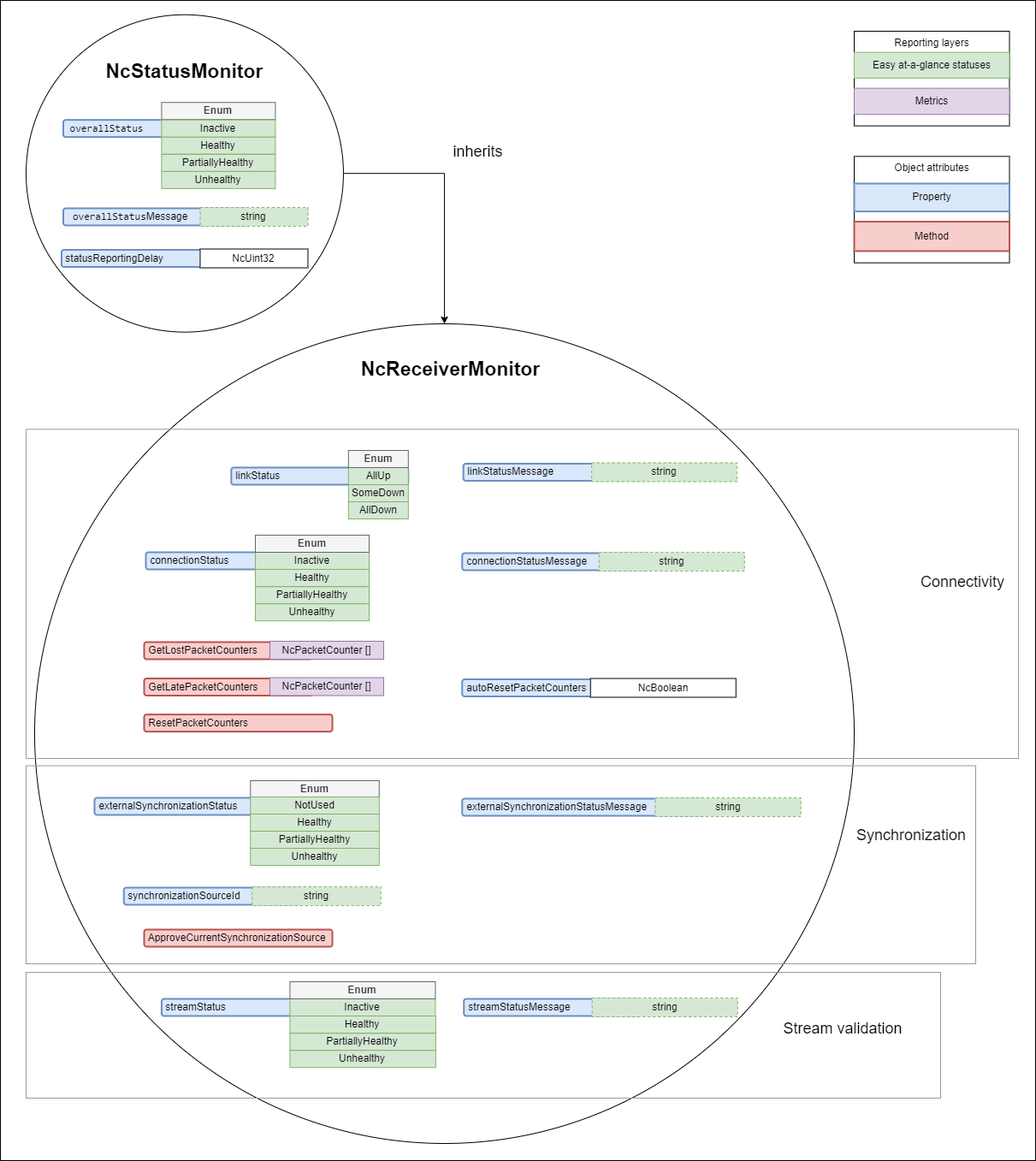
This is docs/images/receiver-model-minimal.png from AMWA-TV/bcp-008-01, a draw.io export, as it was before one commit. Source tidied: cells renumbered, new cells last; positions are measured from the earlier drawing's top-left corner, leaving out a move shared by most shapes. Source of this version:
```xml
<mxGraphModel>
  <root>
    <mxCell id="0" />
    <mxCell id="1" parent="0" />
    <mxCell id="2" style="rounded=0;whiteSpace=wrap;html=1;" parent="1" vertex="1">
      <mxGeometry width="1210" height="1356" as="geometry" />
    </mxCell>
    <mxCell id="3" value="Reporting layers" style="rounded=0;whiteSpace=wrap;html=1;horizontal=1;verticalAlign=top;" parent="1" vertex="1">
      <mxGeometry x="998" y="36" width="181.5" height="110.6" as="geometry" />
    </mxCell>
    <mxCell id="4" value="Easy at-a-glance statuses" style="rounded=0;whiteSpace=wrap;html=1;fillColor=#d5e8d4;strokeColor=#82b366;" parent="1" vertex="1">
      <mxGeometry x="998" y="60.6" width="181.5" height="30.1" as="geometry" />
    </mxCell>
    <mxCell id="5" value="Metrics" style="rounded=0;whiteSpace=wrap;html=1;fillColor=#e1d5e7;strokeColor=#9673a6;" parent="1" vertex="1">
      <mxGeometry x="998" y="102.6" width="181.5" height="30.6" as="geometry" />
    </mxCell>
    <mxCell id="6" value="Object attributes" style="rounded=0;whiteSpace=wrap;html=1;horizontal=1;verticalAlign=top;" parent="1" vertex="1">
      <mxGeometry x="998" y="182.3" width="181.5" height="124.4" as="geometry" />
    </mxCell>
    <mxCell id="7" value="Property" style="rounded=0;whiteSpace=wrap;html=1;fillColor=#dae8fc;strokeColor=#6c8ebf;align=center;strokeWidth=2;" parent="1" vertex="1">
      <mxGeometry x="998" y="214" width="181.5" height="32.6" as="geometry" />
    </mxCell>
    <mxCell id="8" value="Method" style="rounded=0;whiteSpace=wrap;html=1;fillColor=#f8cecc;strokeColor=#b85450;align=center;strokeWidth=2;" parent="1" vertex="1">
      <mxGeometry x="998" y="258.6" width="181.5" height="34.4" as="geometry" />
    </mxCell>
    <mxCell id="9" style="ellipse;whiteSpace=wrap;html=1;" parent="1" vertex="1">
      <mxGeometry x="40" y="378" width="958" height="958" as="geometry" />
    </mxCell>
    <mxCell id="10" value="NcReceiverMonitor" style="text;html=1;strokeColor=none;fillColor=none;align=center;verticalAlign=middle;whiteSpace=wrap;rounded=0;strokeWidth=1;fontSize=23;fontStyle=1;" parent="1" vertex="1">
      <mxGeometry x="414" y="416" width="225.5" height="30" as="geometry" />
    </mxCell>
    <mxCell id="11" value="&amp;nbsp;linkStatus" style="rounded=1;whiteSpace=wrap;html=1;align=left;fillColor=#dae8fc;strokeColor=#6c8ebf;strokeWidth=2;" parent="1" vertex="1">
      <mxGeometry x="269.8" y="546" width="207" height="20" as="geometry" />
    </mxCell>
    <mxCell id="12" value="AllUp" style="rounded=0;whiteSpace=wrap;html=1;fillColor=#d5e8d4;strokeColor=#82b366;" parent="1" vertex="1">
      <mxGeometry x="406.8" y="546" width="70" height="20" as="geometry" />
    </mxCell>
    <mxCell id="13" value="AllDown" style="rounded=0;whiteSpace=wrap;html=1;fillColor=#d5e8d4;strokeColor=#82b366;" parent="1" vertex="1">
      <mxGeometry x="406.8" y="586" width="70" height="20" as="geometry" />
    </mxCell>
    <mxCell id="14" value="SomeDown" style="rounded=0;whiteSpace=wrap;html=1;fillColor=#d5e8d4;strokeColor=#82b366;" parent="1" vertex="1">
      <mxGeometry x="406.8" y="566" width="70" height="20" as="geometry" />
    </mxCell>
    <mxCell id="15" value="Enum" style="rounded=0;whiteSpace=wrap;html=1;fontStyle=1;fillColor=#f5f5f5;fontColor=#333333;strokeColor=#666666;" parent="1" vertex="1">
      <mxGeometry x="406.8" y="526" width="70" height="20" as="geometry" />
    </mxCell>
    <mxCell id="16" value="&amp;nbsp;connectionStatus" style="rounded=1;whiteSpace=wrap;html=1;align=left;fillColor=#dae8fc;strokeColor=#6c8ebf;strokeWidth=2;" parent="1" vertex="1">
      <mxGeometry x="170" y="645" width="198" height="20" as="geometry" />
    </mxCell>
    <mxCell id="17" value="Inactive" style="rounded=0;whiteSpace=wrap;html=1;fillColor=#d5e8d4;strokeColor=#82b366;" parent="1" vertex="1">
      <mxGeometry x="298" y="645" width="133" height="20" as="geometry" />
    </mxCell>
    <mxCell id="18" value="Healthy" style="rounded=0;whiteSpace=wrap;html=1;fillColor=#d5e8d4;strokeColor=#82b366;" parent="1" vertex="1">
      <mxGeometry x="298" y="665" width="133" height="20" as="geometry" />
    </mxCell>
    <mxCell id="19" value="Enum" style="rounded=0;whiteSpace=wrap;html=1;fillColor=#f5f5f5;strokeColor=#666666;fontStyle=1;align=center;verticalAlign=middle;fontFamily=Helvetica;fontSize=12;fontColor=#333333;" parent="1" vertex="1">
      <mxGeometry x="298" y="625" width="133" height="20" as="geometry" />
    </mxCell>
    <mxCell id="20" value="PartiallyHealthy" style="rounded=0;whiteSpace=wrap;html=1;fillColor=#d5e8d4;strokeColor=#82b366;" parent="1" vertex="1">
      <mxGeometry x="298" y="685.2" width="133" height="20" as="geometry" />
    </mxCell>
    <mxCell id="21" value="Unhealthy" style="rounded=0;whiteSpace=wrap;html=1;fillColor=#d5e8d4;strokeColor=#82b366;" parent="1" vertex="1">
      <mxGeometry x="298" y="705.2" width="133" height="20" as="geometry" />
    </mxCell>
    <mxCell id="22" value="&amp;nbsp;GetLostPacketCounters" style="rounded=1;whiteSpace=wrap;html=1;align=left;fillColor=#f8cecc;strokeColor=#b85450;strokeWidth=2;" parent="1" vertex="1">
      <mxGeometry x="168" y="750" width="197" height="20" as="geometry" />
    </mxCell>
    <mxCell id="23" value="NcPacketCounter []" style="rounded=0;whiteSpace=wrap;html=1;fillColor=#e1d5e7;strokeColor=#9673a6;" parent="1" vertex="1">
      <mxGeometry x="315" y="749" width="133" height="21" as="geometry" />
    </mxCell>
    <mxCell id="24" value="&amp;nbsp;GetLatePacketCounters" style="rounded=1;whiteSpace=wrap;html=1;align=left;fillColor=#f8cecc;strokeColor=#b85450;strokeWidth=2;" parent="1" vertex="1">
      <mxGeometry x="168" y="792.5" width="197" height="20" as="geometry" />
    </mxCell>
    <mxCell id="25" value="NcPacketCounter []" style="rounded=0;whiteSpace=wrap;html=1;fillColor=#e1d5e7;strokeColor=#9673a6;" parent="1" vertex="1">
      <mxGeometry x="315" y="791.5" width="133" height="21" as="geometry" />
    </mxCell>
    <mxCell id="26" value="&amp;nbsp;ResetPacketCounters" style="rounded=1;whiteSpace=wrap;html=1;align=left;fillColor=#f8cecc;strokeColor=#b85450;strokeWidth=2;" parent="1" vertex="1">
      <mxGeometry x="168" y="834.6" width="220" height="20" as="geometry" />
    </mxCell>
    <mxCell id="27" value="&amp;nbsp;streamStatus" style="rounded=1;whiteSpace=wrap;html=1;align=left;fillColor=#dae8fc;strokeColor=#6c8ebf;strokeWidth=2;" parent="1" vertex="1">
      <mxGeometry x="188.4" y="1167" width="207.5" height="20" as="geometry" />
    </mxCell>
    <mxCell id="28" value="Inactive" style="rounded=0;whiteSpace=wrap;html=1;fillColor=#d5e8d4;strokeColor=#82b366;" parent="1" vertex="1">
      <mxGeometry x="338.4" y="1167" width="170" height="20" as="geometry" />
    </mxCell>
    <mxCell id="29" value="Enum" style="rounded=0;whiteSpace=wrap;html=1;fillColor=#f5f5f5;strokeColor=#666666;fontStyle=1;fontColor=#333333;" parent="1" vertex="1">
      <mxGeometry x="338.4" y="1147" width="170" height="20" as="geometry" />
    </mxCell>
    <mxCell id="30" value="&amp;nbsp;streamStatusMessage" style="rounded=1;whiteSpace=wrap;html=1;align=left;fillColor=#dae8fc;strokeColor=#6c8ebf;strokeWidth=2;" parent="1" vertex="1">
      <mxGeometry x="541.7" y="1167" width="207.5" height="20" as="geometry" />
    </mxCell>
    <mxCell id="31" value="string" style="rounded=0;whiteSpace=wrap;html=1;dashed=1;fillColor=#d5e8d4;strokeColor=#82b366;" parent="1" vertex="1">
      <mxGeometry x="691.7" y="1166" width="170" height="22" as="geometry" />
    </mxCell>
    <mxCell id="32" value="&amp;nbsp;linkStatusMessage" style="rounded=1;whiteSpace=wrap;html=1;align=left;fillColor=#dae8fc;strokeColor=#6c8ebf;strokeWidth=2;" parent="1" vertex="1">
      <mxGeometry x="541.1" y="541.5" width="207.5" height="20" as="geometry" />
    </mxCell>
    <mxCell id="33" value="string" style="rounded=0;whiteSpace=wrap;html=1;dashed=1;fillColor=#d5e8d4;strokeColor=#82b366;" parent="1" vertex="1">
      <mxGeometry x="691.1" y="540.5" width="170" height="22" as="geometry" />
    </mxCell>
    <mxCell id="34" value="&amp;nbsp;connectionStatusMessage" style="rounded=1;whiteSpace=wrap;html=1;align=left;fillColor=#dae8fc;strokeColor=#6c8ebf;strokeWidth=2;" parent="1" vertex="1">
      <mxGeometry x="539.8" y="646" width="217.5" height="20" as="geometry" />
    </mxCell>
    <mxCell id="35" value="string" style="rounded=0;whiteSpace=wrap;html=1;dashed=1;fillColor=#d5e8d4;strokeColor=#82b366;" parent="1" vertex="1">
      <mxGeometry x="699.8" y="645" width="170" height="22" as="geometry" />
    </mxCell>
    <mxCell id="36" value="&amp;nbsp;externalSynchronizationStatus" style="rounded=1;whiteSpace=wrap;html=1;align=left;fillColor=#dae8fc;strokeColor=#6c8ebf;strokeWidth=2;" parent="1" vertex="1">
      <mxGeometry x="110" y="932" width="239.8" height="20" as="geometry" />
    </mxCell>
    <mxCell id="37" value="Enum" style="rounded=0;whiteSpace=wrap;html=1;fillColor=#f5f5f5;strokeColor=#666666;fontStyle=1;fontColor=#333333;" parent="1" vertex="1">
      <mxGeometry x="292.3" y="912" width="150.5" height="20" as="geometry" />
    </mxCell>
    <mxCell id="38" value="&amp;nbsp;synchronizationSourceId" style="rounded=1;whiteSpace=wrap;html=1;align=left;fillColor=#dae8fc;strokeColor=#6c8ebf;strokeWidth=2;" parent="1" vertex="1">
      <mxGeometry x="144.3" y="1037" width="206.5" height="20" as="geometry" />
    </mxCell>
    <mxCell id="39" value="string" style="rounded=0;whiteSpace=wrap;html=1;dashed=1;fillColor=#d5e8d4;strokeColor=#82b366;" parent="1" vertex="1">
      <mxGeometry x="294.3" y="1036" width="150.5" height="22" as="geometry" />
    </mxCell>
    <mxCell id="40" value="&amp;nbsp;externalSynchronizationStatusMessage" style="rounded=1;whiteSpace=wrap;html=1;align=left;fillColor=#dae8fc;strokeColor=#6c8ebf;strokeWidth=2;" parent="1" vertex="1">
      <mxGeometry x="539.8" y="933" width="283.3" height="20" as="geometry" />
    </mxCell>
    <mxCell id="41" value="string" style="rounded=0;whiteSpace=wrap;html=1;dashed=1;fillColor=#d5e8d4;strokeColor=#82b366;" parent="1" vertex="1">
      <mxGeometry x="765.5" y="932" width="170" height="22" as="geometry" />
    </mxCell>
    <mxCell id="42" style="edgeStyle=orthogonalEdgeStyle;rounded=0;jettySize=auto;html=1;exitX=1;exitY=0.5;exitDx=0;exitDy=0;" parent="1" edge="1" source="43" target="9">
      <mxGeometry relative="1" as="geometry">
        <Array as="points">
          <mxPoint x="519" y="202" />
        </Array>
      </mxGeometry>
    </mxCell>
    <mxCell id="43" style="ellipse;whiteSpace=wrap;html=1;" parent="1" vertex="1">
      <mxGeometry x="30" y="16.7" width="370.9" height="370.9" as="geometry" />
    </mxCell>
    <mxCell id="44" value="NcStatusMonitor" style="text;html=1;strokeColor=none;fillColor=none;align=center;verticalAlign=middle;whiteSpace=wrap;rounded=0;strokeWidth=1;fontSize=23;fontStyle=1;" parent="1" vertex="1">
      <mxGeometry x="154" y="68.1" width="123" height="30" as="geometry" />
    </mxCell>
    <mxCell id="45" value="&lt;pre class=&quot;highlight&quot;&gt;&lt;code&gt;&lt;span class=&quot;nx&quot;&gt; overallStatus&lt;/span&gt;&lt;span class=&quot;p&quot;&gt;&lt;/span&gt;&lt;/code&gt;&lt;/pre&gt;" style="rounded=1;whiteSpace=wrap;html=1;align=left;fillColor=#dae8fc;strokeColor=#6c8ebf;strokeWidth=2;" parent="1" vertex="1">
      <mxGeometry x="73.5" y="139.7" width="198" height="20" as="geometry" />
    </mxCell>
    <mxCell id="46" value="Healthy" style="rounded=0;whiteSpace=wrap;html=1;fillColor=#d5e8d4;strokeColor=#82b366;" parent="1" vertex="1">
      <mxGeometry x="188.4" y="159.6" width="133" height="20" as="geometry" />
    </mxCell>
    <mxCell id="47" value="Enum" style="rounded=0;whiteSpace=wrap;html=1;fillColor=#f5f5f5;strokeColor=#666666;fontStyle=1;fontColor=#333333;" parent="1" vertex="1">
      <mxGeometry x="188.4" y="119.2" width="133" height="20" as="geometry" />
    </mxCell>
    <mxCell id="48" value="PartiallyHealthy" style="rounded=0;whiteSpace=wrap;html=1;fillColor=#d5e8d4;strokeColor=#82b366;" parent="1" vertex="1">
      <mxGeometry x="188.4" y="179.9" width="133" height="20" as="geometry" />
    </mxCell>
    <mxCell id="49" value="Unhealthy" style="rounded=0;whiteSpace=wrap;html=1;fillColor=#d5e8d4;strokeColor=#82b366;" parent="1" vertex="1">
      <mxGeometry x="188.4" y="199.9" width="133" height="20" as="geometry" />
    </mxCell>
    <mxCell id="50" value="&lt;span style=&quot;font-weight: normal;&quot;&gt;&lt;font style=&quot;font-size: 18px;&quot;&gt;inherits&lt;/font&gt;&lt;/span&gt;" style="text;html=1;strokeColor=none;fillColor=none;align=center;verticalAlign=middle;whiteSpace=wrap;rounded=0;strokeWidth=1;fontSize=23;fontStyle=1;" parent="1" vertex="1">
      <mxGeometry x="497.1" y="159.7" width="123" height="30" as="geometry" />
    </mxCell>
    <mxCell id="51" value="Healthy" style="rounded=0;whiteSpace=wrap;html=1;fillColor=#d5e8d4;strokeColor=#82b366;" parent="1" vertex="1">
      <mxGeometry x="338.4" y="1187" width="170.4" height="20" as="geometry" />
    </mxCell>
    <mxCell id="52" value="PartiallyHealthy" style="rounded=0;whiteSpace=wrap;html=1;fillColor=#d5e8d4;strokeColor=#82b366;" parent="1" vertex="1">
      <mxGeometry x="338.4" y="1207.2" width="170.4" height="20" as="geometry" />
    </mxCell>
    <mxCell id="53" value="Unhealthy" style="rounded=0;whiteSpace=wrap;html=1;fillColor=#d5e8d4;strokeColor=#82b366;" parent="1" vertex="1">
      <mxGeometry x="338.4" y="1227.2" width="170.4" height="20" as="geometry" />
    </mxCell>
    <mxCell id="54" value="&amp;nbsp;&lt;code&gt; &lt;span class=&quot;nx&quot;&gt;overallStatus&lt;/span&gt;&lt;span class=&quot;p&quot;&gt;&lt;/span&gt;&lt;/code&gt;Message" style="rounded=1;whiteSpace=wrap;html=1;align=left;fillColor=#dae8fc;strokeColor=#6c8ebf;strokeWidth=2;" parent="1" vertex="1">
      <mxGeometry x="73.5" y="243" width="217.5" height="20" as="geometry" />
    </mxCell>
    <mxCell id="55" value="string" style="rounded=0;whiteSpace=wrap;html=1;dashed=1;fillColor=#d5e8d4;strokeColor=#82b366;" parent="1" vertex="1">
      <mxGeometry x="233.5" y="242" width="126" height="22" as="geometry" />
    </mxCell>
    <mxCell id="56" style="rounded=0;whiteSpace=wrap;html=1;fillStyle=hatch;fillColor=none;strokeColor=#999999;" parent="1" vertex="1">
      <mxGeometry x="30" y="501.2" width="1160" height="384.8" as="geometry" />
    </mxCell>
    <mxCell id="57" value="Synchronization" style="text;html=1;align=center;verticalAlign=middle;whiteSpace=wrap;rounded=0;fontSize=18;" parent="1" vertex="1">
      <mxGeometry x="1010" y="961" width="110" height="30" as="geometry" />
    </mxCell>
    <mxCell id="58" style="rounded=0;whiteSpace=wrap;html=1;fillStyle=hatch;fillColor=none;strokeColor=#999999;" parent="1" vertex="1">
      <mxGeometry x="30" y="894.5" width="1110" height="231.5" as="geometry" />
    </mxCell>
    <mxCell id="59" value="Connectivity" style="text;html=1;align=center;verticalAlign=middle;whiteSpace=wrap;rounded=0;fontSize=18;" parent="1" vertex="1">
      <mxGeometry x="1070" y="665" width="110" height="30" as="geometry" />
    </mxCell>
    <mxCell id="60" value="Stream validation" style="text;html=1;align=center;verticalAlign=middle;whiteSpace=wrap;rounded=0;fontSize=18;" parent="1" vertex="1">
      <mxGeometry x="910" y="1187" width="150" height="30" as="geometry" />
    </mxCell>
    <mxCell id="61" style="rounded=0;whiteSpace=wrap;html=1;fillStyle=hatch;fillColor=none;strokeColor=#999999;" parent="1" vertex="1">
      <mxGeometry x="30" y="1136" width="1069" height="147" as="geometry" />
    </mxCell>
    <mxCell id="62" value="Inactive" style="rounded=0;whiteSpace=wrap;html=1;fillColor=#d5e8d4;strokeColor=#82b366;" parent="1" vertex="1">
      <mxGeometry x="188.4" y="139.7" width="133" height="20" as="geometry" />
    </mxCell>
    <mxCell id="63" value="NotUsed" style="rounded=0;whiteSpace=wrap;html=1;fillColor=#d5e8d4;strokeColor=#82b366;" parent="1" vertex="1">
      <mxGeometry x="292.3" y="931" width="150.5" height="20" as="geometry" />
    </mxCell>
    <mxCell id="64" value="Unhealthy" style="rounded=0;whiteSpace=wrap;html=1;fillColor=#d5e8d4;strokeColor=#82b366;" parent="1" vertex="1">
      <mxGeometry x="292.3" y="991" width="150.5" height="20" as="geometry" />
    </mxCell>
    <mxCell id="65" value="Healthy" style="rounded=0;whiteSpace=wrap;html=1;fillColor=#d5e8d4;strokeColor=#82b366;" parent="1" vertex="1">
      <mxGeometry x="292.3" y="951" width="150.5" height="20" as="geometry" />
    </mxCell>
    <mxCell id="66" value="PartiallyHealthy" style="rounded=0;whiteSpace=wrap;html=1;fillColor=#d5e8d4;strokeColor=#82b366;" parent="1" vertex="1">
      <mxGeometry x="292.3" y="971" width="150.5" height="20" as="geometry" />
    </mxCell>
    <mxCell id="67" value="&amp;nbsp;statusReportingDelay" style="rounded=1;whiteSpace=wrap;html=1;align=left;fillColor=#dae8fc;strokeColor=#6c8ebf;strokeWidth=2;" parent="1" vertex="1">
      <mxGeometry x="71.5" y="291.5" width="217.5" height="20" as="geometry" />
    </mxCell>
    <mxCell id="68" value="NcUint32" style="rounded=0;whiteSpace=wrap;html=1;" parent="1" vertex="1">
      <mxGeometry x="233.5" y="290.5" width="126" height="22" as="geometry" />
    </mxCell>
    <mxCell id="69" value="&amp;nbsp;autoResetPacketCounters" style="rounded=1;whiteSpace=wrap;html=1;align=left;fillColor=#dae8fc;strokeColor=#6c8ebf;strokeWidth=2;" parent="1" vertex="1">
      <mxGeometry x="539.8" y="793.5" width="207.5" height="20" as="geometry" />
    </mxCell>
    <mxCell id="70" value="NcBoolean" style="rounded=0;whiteSpace=wrap;html=1;" parent="1" vertex="1">
      <mxGeometry x="689.8" y="792.5" width="170" height="22" as="geometry" />
    </mxCell>
    <mxCell id="71" value="&amp;nbsp;ApproveCurrentSynchronizationSource" style="rounded=1;whiteSpace=wrap;html=1;align=left;fillColor=#f8cecc;strokeColor=#b85450;strokeWidth=2;" parent="1" vertex="1">
      <mxGeometry x="168" y="1086" width="220" height="20" as="geometry" />
    </mxCell>
  </root>
</mxGraphModel>
```
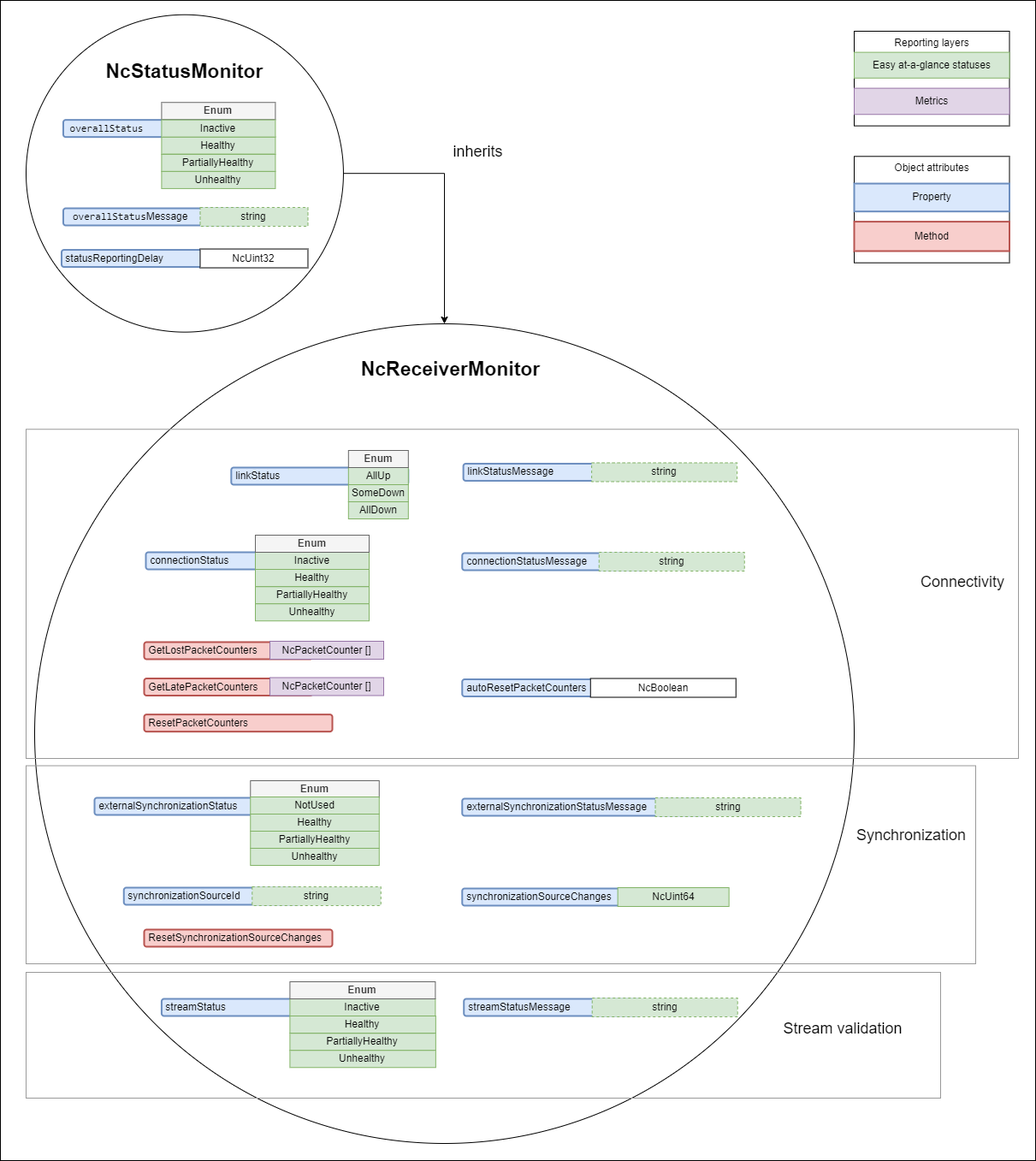
After the change.

Diff of the diagram source:
```diff
@@ -213,8 +213,14 @@
     <mxCell id="70" value="NcBoolean" style="rounded=0;whiteSpace=wrap;html=1;" parent="1" vertex="1">
       <mxGeometry x="689.8" y="792.5" width="170" height="22" as="geometry" />
     </mxCell>
-    <mxCell id="71" value="&amp;nbsp;ApproveCurrentSynchronizationSource" style="rounded=1;whiteSpace=wrap;html=1;align=left;fillColor=#f8cecc;strokeColor=#b85450;strokeWidth=2;" parent="1" vertex="1">
+    <mxCell id="71" value="&amp;nbsp;ResetSynchronizationSourceChanges" style="rounded=1;whiteSpace=wrap;html=1;align=left;fillColor=#f8cecc;strokeColor=#b85450;strokeWidth=2;" parent="1" vertex="1">
       <mxGeometry x="168" y="1086" width="220" height="20" as="geometry" />
     </mxCell>
+    <mxCell id="72" value="&amp;nbsp;synchronizationSourceChanges" style="rounded=1;whiteSpace=wrap;html=1;align=left;fillColor=#dae8fc;strokeColor=#6c8ebf;strokeWidth=2;" parent="1" vertex="1">
+      <mxGeometry x="539.8" y="1038" width="206.5" height="20" as="geometry" />
+    </mxCell>
+    <mxCell id="73" value="NcUint64" style="rounded=0;whiteSpace=wrap;html=1;fillColor=#d5e8d4;strokeColor=#82b366;" parent="1" vertex="1">
+      <mxGeometry x="721.6" y="1037" width="130" height="22" as="geometry" />
+    </mxCell>
   </root>
 </mxGraphModel>
```
